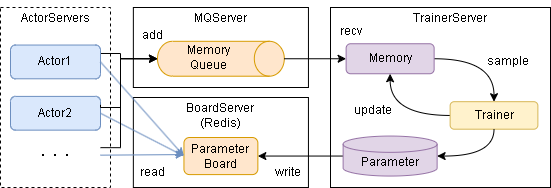
This is diagrams/overview-distribution.drawio.png from pocokhc/simple_distributed_rl, a draw.io export, as it was before one commit. Source tidied: cells renumbered, new cells last; positions are measured from the earlier drawing's top-left corner, leaving out a move shared by most shapes.
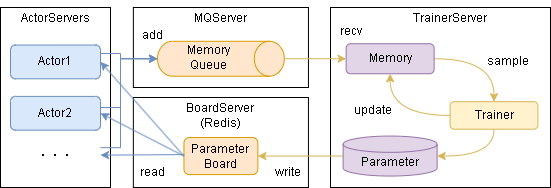
The same diagram one commit later.

Commit message:
[diagrams] update: 微修正

Diff of the diagram source:
```diff
@@ -5,7 +5,7 @@
     <mxCell id="2" style="rounded=0;whiteSpace=wrap;html=1;" parent="1" vertex="1">
       <mxGeometry x="132.9" y="12" width="175.1" height="80" as="geometry" />
     </mxCell>
-    <mxCell id="3" style="rounded=0;whiteSpace=wrap;html=1;dashed=1;" parent="1" vertex="1">
+    <mxCell id="3" style="rounded=0;whiteSpace=wrap;html=1;" parent="1" vertex="1">
       <mxGeometry y="12" width="110" height="180" as="geometry" />
     </mxCell>
     <mxCell id="4" style="rounded=0;whiteSpace=wrap;html=1;" parent="1" vertex="1">
@@ -23,13 +23,13 @@
     <mxCell id="8" value="ActorServers" style="text;html=1;strokeColor=none;fillColor=none;align=center;verticalAlign=middle;whiteSpace=wrap;rounded=0;" parent="1" vertex="1">
       <mxGeometry x="25" y="7.6" width="60" height="30" as="geometry" />
     </mxCell>
-    <mxCell id="9" style="rounded=0;jettySize=auto;html=1;exitX=0;exitY=0.5;exitDx=0;exitDy=0;exitPerimeter=0;entryX=1;entryY=0.5;entryDx=0;entryDy=0;" parent="1" edge="1" source="10" target="13">
+    <mxCell id="9" style="rounded=0;jettySize=auto;html=1;exitX=0;exitY=0.5;exitDx=0;exitDy=0;exitPerimeter=0;entryX=1;entryY=0.5;entryDx=0;entryDy=0;fillColor=#fff2cc;strokeColor=#d6b656;" parent="1" edge="1" source="10" target="13">
       <mxGeometry relative="1" as="geometry" />
     </mxCell>
     <mxCell id="10" value="Parameter" style="shape=cylinder3;whiteSpace=wrap;html=1;boundedLbl=1;backgroundOutline=1;size=8.142857142857167;fillColor=#e1d5e7;strokeColor=#9673a6;" parent="1" vertex="1">
       <mxGeometry x="342.6" y="140.6" width="94" height="40" as="geometry" />
     </mxCell>
-    <mxCell id="11" style="edgeStyle=orthogonalEdgeStyle;rounded=0;jettySize=auto;html=1;exitX=1;exitY=0.5;exitDx=0;exitDy=0;entryX=0.5;entryY=0;entryDx=0;entryDy=0;curved=1;" parent="1" edge="1" source="12" target="27">
+    <mxCell id="11" style="edgeStyle=orthogonalEdgeStyle;rounded=0;jettySize=auto;html=1;exitX=1;exitY=0.5;exitDx=0;exitDy=0;entryX=0.5;entryY=0;entryDx=0;entryDy=0;curved=1;fillColor=#fff2cc;strokeColor=#d6b656;" parent="1" edge="1" source="12" target="27">
       <mxGeometry relative="1" as="geometry" />
     </mxCell>
     <mxCell id="12" value="Memory" style="rounded=1;whiteSpace=wrap;html=1;fillColor=#e1d5e7;strokeColor=#9673a6;" parent="1" vertex="1">
@@ -47,10 +47,10 @@
     <mxCell id="16" value="Memory&lt;br&gt;Queue" style="text;html=1;strokeColor=none;fillColor=none;align=center;verticalAlign=middle;whiteSpace=wrap;rounded=0;" parent="14" vertex="1">
       <mxGeometry x="13.3" y="-3.8" width="76" height="22.5" as="geometry" />
     </mxCell>
-    <mxCell id="17" style="rounded=0;jettySize=auto;html=1;entryX=0.002;entryY=0.461;entryDx=0;entryDy=0;fillColor=#dae8fc;strokeColor=#6c8ebf;entryPerimeter=0;exitX=1;exitY=0.5;exitDx=0;exitDy=0;" parent="1" edge="1" source="21" target="13">
+    <mxCell id="17" style="rounded=0;jettySize=auto;html=1;entryX=0.002;entryY=0.461;entryDx=0;entryDy=0;fillColor=#dae8fc;strokeColor=#6c8ebf;entryPerimeter=0;exitX=1;exitY=0.5;exitDx=0;exitDy=0;startArrow=classic;startFill=1;endArrow=none;endFill=0;" parent="1" edge="1" source="21" target="13">
       <mxGeometry relative="1" as="geometry" />
     </mxCell>
-    <mxCell id="18" style="rounded=0;jettySize=auto;html=1;exitX=1;exitY=0.25;exitDx=0;exitDy=0;entryX=0.5;entryY=1;entryDx=0;entryDy=0;entryPerimeter=0;edgeStyle=orthogonalEdgeStyle;" parent="1" edge="1" source="19" target="15">
+    <mxCell id="18" style="rounded=0;jettySize=auto;html=1;exitX=1;exitY=0.25;exitDx=0;exitDy=0;entryX=0.5;entryY=1;entryDx=0;entryDy=0;entryPerimeter=0;edgeStyle=orthogonalEdgeStyle;fillColor=#dae8fc;strokeColor=#6c8ebf;" parent="1" edge="1" source="19" target="15">
       <mxGeometry relative="1" as="geometry">
         <Array as="points">
           <mxPoint x="120" y="58" />
@@ -67,13 +67,13 @@
     <mxCell id="21" value="・・・" style="text;html=1;strokeColor=none;fillColor=none;align=center;verticalAlign=middle;whiteSpace=wrap;rounded=0;fontStyle=0;" parent="1" vertex="1">
       <mxGeometry x="10" y="144.6" width="90" height="30" as="geometry" />
     </mxCell>
-    <mxCell id="22" style="rounded=0;jettySize=auto;html=1;entryX=0;entryY=0.5;entryDx=0;entryDy=0;exitX=1;exitY=0.5;exitDx=0;exitDy=0;fillColor=#dae8fc;strokeColor=#6c8ebf;" parent="1" edge="1" source="19" target="13">
+    <mxCell id="22" style="rounded=0;jettySize=auto;html=1;entryX=0;entryY=0.5;entryDx=0;entryDy=0;exitX=1;exitY=0.5;exitDx=0;exitDy=0;fillColor=#dae8fc;strokeColor=#6c8ebf;startArrow=classic;startFill=1;endArrow=none;endFill=0;" parent="1" edge="1" source="19" target="13">
       <mxGeometry relative="1" as="geometry" />
     </mxCell>
-    <mxCell id="23" style="rounded=0;jettySize=auto;html=1;exitX=1;exitY=0.5;exitDx=0;exitDy=0;entryX=0;entryY=0.5;entryDx=0;entryDy=0;fillColor=#dae8fc;strokeColor=#6c8ebf;" parent="1" edge="1" source="20" target="13">
+    <mxCell id="23" style="rounded=0;jettySize=auto;html=1;exitX=1;exitY=0.5;exitDx=0;exitDy=0;entryX=0;entryY=0.5;entryDx=0;entryDy=0;fillColor=#dae8fc;strokeColor=#6c8ebf;startArrow=classic;startFill=1;endArrow=none;endFill=0;" parent="1" edge="1" source="20" target="13">
       <mxGeometry relative="1" as="geometry" />
     </mxCell>
-    <mxCell id="24" style="rounded=0;jettySize=auto;html=1;exitX=1;exitY=0.25;exitDx=0;exitDy=0;entryX=0.5;entryY=1;entryDx=0;entryDy=0;entryPerimeter=0;edgeStyle=orthogonalEdgeStyle;" parent="1" edge="1" source="20" target="15">
+    <mxCell id="24" style="rounded=0;jettySize=auto;html=1;exitX=1;exitY=0.25;exitDx=0;exitDy=0;entryX=0.5;entryY=1;entryDx=0;entryDy=0;entryPerimeter=0;edgeStyle=orthogonalEdgeStyle;fillColor=#dae8fc;strokeColor=#6c8ebf;" parent="1" edge="1" source="20" target="15">
       <mxGeometry relative="1" as="geometry">
         <Array as="points">
           <mxPoint x="100" y="112" />
@@ -82,7 +82,7 @@
         </Array>
       </mxGeometry>
     </mxCell>
-    <mxCell id="25" style="rounded=0;jettySize=auto;html=1;entryX=0.5;entryY=1;entryDx=0;entryDy=0;entryPerimeter=0;edgeStyle=orthogonalEdgeStyle;exitX=1;exitY=0.25;exitDx=0;exitDy=0;" parent="1" edge="1" source="21" target="15">
+    <mxCell id="25" style="rounded=0;jettySize=auto;html=1;entryX=0.5;entryY=1;entryDx=0;entryDy=0;entryPerimeter=0;edgeStyle=orthogonalEdgeStyle;exitX=1;exitY=0.25;exitDx=0;exitDy=0;fillColor=#dae8fc;strokeColor=#6c8ebf;" parent="1" edge="1" source="21" target="15">
       <mxGeometry relative="1" as="geometry">
         <Array as="points">
           <mxPoint x="120" y="152" />
@@ -90,16 +90,16 @@
         </Array>
       </mxGeometry>
     </mxCell>
-    <mxCell id="26" style="edgeStyle=orthogonalEdgeStyle;rounded=0;jettySize=auto;html=1;exitX=0;exitY=0.5;exitDx=0;exitDy=0;entryX=0.5;entryY=1;entryDx=0;entryDy=0;curved=1;" parent="1" edge="1" source="27" target="12">
+    <mxCell id="26" style="edgeStyle=orthogonalEdgeStyle;rounded=0;jettySize=auto;html=1;exitX=0;exitY=0.5;exitDx=0;exitDy=0;entryX=0.5;entryY=1;entryDx=0;entryDy=0;curved=1;fillColor=#fff2cc;strokeColor=#d6b656;" parent="1" edge="1" source="27" target="12">
       <mxGeometry relative="1" as="geometry" />
     </mxCell>
     <mxCell id="27" value="Trainer" style="rounded=1;whiteSpace=wrap;html=1;fillColor=#fff2cc;strokeColor=#d6b656;" parent="1" vertex="1">
       <mxGeometry x="449.6" y="106.2" width="87.8" height="27.5" as="geometry" />
     </mxCell>
-    <mxCell id="28" style="rounded=0;jettySize=auto;html=1;entryX=0;entryY=0.5;entryDx=0;entryDy=0;exitX=0.5;exitY=0;exitDx=0;exitDy=0;exitPerimeter=0;" parent="1" edge="1" source="15" target="12">
+    <mxCell id="28" style="rounded=0;jettySize=auto;html=1;entryX=0;entryY=0.5;entryDx=0;entryDy=0;exitX=0.5;exitY=0;exitDx=0;exitDy=0;exitPerimeter=0;fillColor=#fff2cc;strokeColor=#d6b656;" parent="1" edge="1" source="15" target="12">
       <mxGeometry relative="1" as="geometry" />
     </mxCell>
-    <mxCell id="29" style="edgeStyle=orthogonalEdgeStyle;rounded=0;jettySize=auto;html=1;exitX=0.5;exitY=1;exitDx=0;exitDy=0;entryX=1;entryY=0.5;entryDx=0;entryDy=0;entryPerimeter=0;curved=1;" parent="1" edge="1" source="27" target="10">
+    <mxCell id="29" style="edgeStyle=orthogonalEdgeStyle;rounded=0;jettySize=auto;html=1;exitX=0.5;exitY=1;exitDx=0;exitDy=0;entryX=1;entryY=0.5;entryDx=0;entryDy=0;entryPerimeter=0;curved=1;fillColor=#fff2cc;strokeColor=#d6b656;" parent="1" edge="1" source="27" target="10">
       <mxGeometry relative="1" as="geometry" />
     </mxCell>
     <mxCell id="30" value="read" style="text;html=1;strokeColor=none;fillColor=none;align=center;verticalAlign=middle;whiteSpace=wrap;rounded=0;" parent="1" vertex="1">
```
